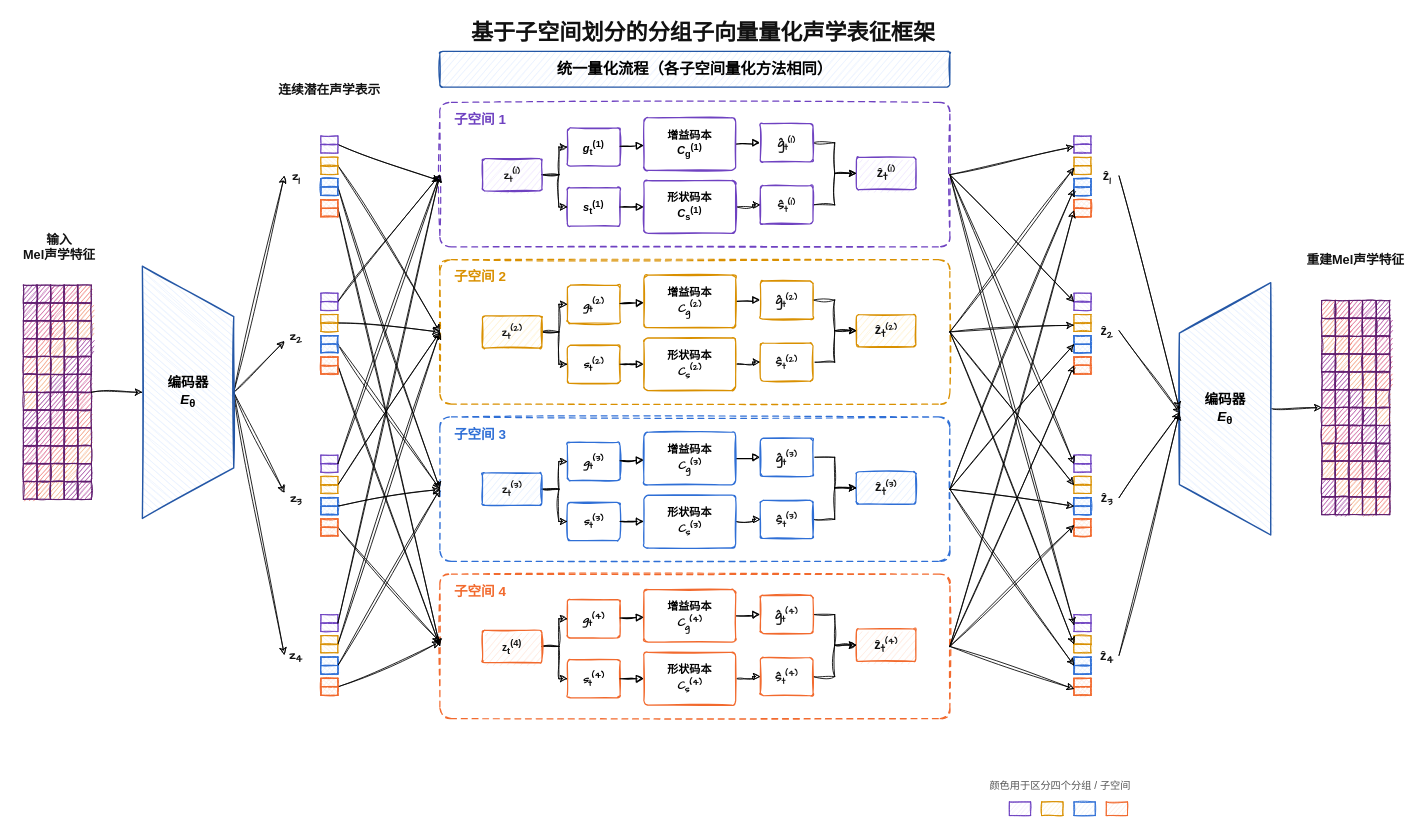
Above: 向量化.drawio in linslime/DrawIO (draw.io), before the change. Source tidied: cells renumbered, new cells numbered last; positions are measured from the earlier drawing's top-left corner, leaving out a move shared by most shapes. Both pictures are drawn from the tidied source at 85%, with x=0, y=0 at pixel (14, 14).
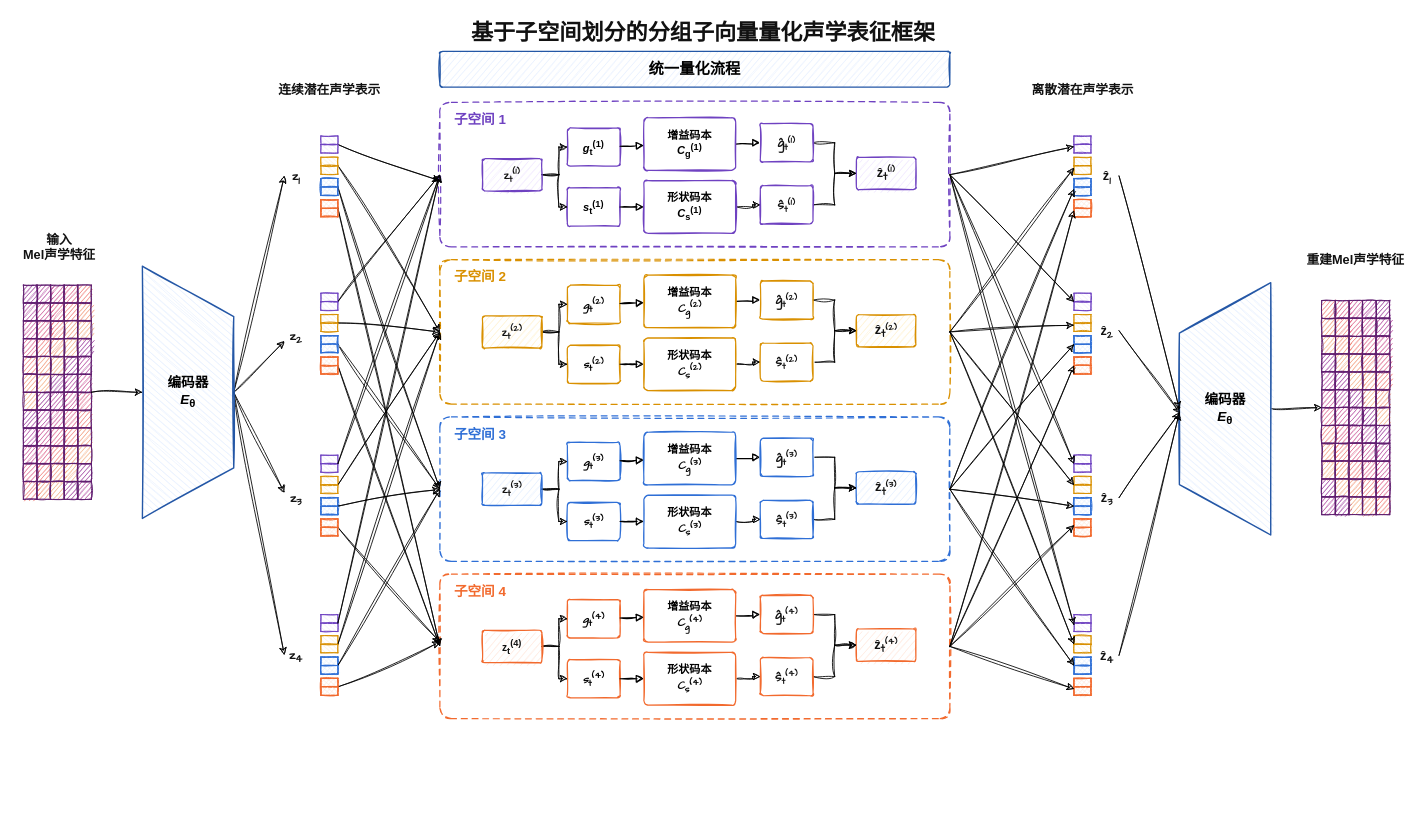
Above is the later version.

Commit message:
更新向量化.drawio

The edit, as a diff of the source:
```diff
@@
-    <mxCell id="25" value="统一量化流程（各子空间量化方法相同）" style="rounded=1;arcSize=8;whiteSpace=wrap;html=1;align=center;verticalAlign=middle;strokeColor=#2457A6;fillColor=#E7F0FF;strokeWidth=1.4;sketch=1;curveFitting=1;jiggle=1;fontFamily=Microsoft YaHei;fontSize=18;fontStyle=1;" parent="1" vertex="1">
+    <mxCell id="25" value="统一量化流程" style="rounded=1;arcSize=8;whiteSpace=wrap;html=1;align=center;verticalAlign=middle;strokeColor=#2457A6;fillColor=#E7F0FF;strokeWidth=1.4;sketch=1;curveFitting=1;jiggle=1;fontFamily=Microsoft YaHei;fontSize=18;fontStyle=1;" parent="1" vertex="1">
       <mxGeometry x="500" y="43" width="600" height="42" as="geometry" />
     </mxCell>
@@
-    <mxCell id="60" value="颜色用于区分四个分组 / 子空间" style="text;html=1;strokeColor=none;fillColor=none;align=center;verticalAlign=middle;whiteSpace=wrap;overflow=hidden;fontFamily=Microsoft YaHei;fontSize=12;fontColor=#555555;align=center;" parent="1" vertex="1">
-      <mxGeometry x="1090" y="893" width="280" height="28" as="geometry" />
-    </mxCell>
-    <mxCell id="61" style="rounded=0;arcSize=0;whiteSpace=wrap;html=1;strokeColor=#6F42C1;fillColor=#F0E8FF;strokeWidth=1.1;sketch=1;curveFitting=1;jiggle=1;" parent="1" vertex="1">
-      <mxGeometry x="1170" y="926" width="25" height="16" as="geometry" />
-    </mxCell>
-    <mxCell id="62" style="rounded=0;arcSize=0;whiteSpace=wrap;html=1;strokeColor=#D99000;fillColor=#FFF2D0;strokeWidth=1.1;sketch=1;curveFitting=1;jiggle=1;" parent="1" vertex="1">
-      <mxGeometry x="1208" y="926" width="25" height="16" as="geometry" />
-    </mxCell>
-    <mxCell id="63" style="rounded=0;arcSize=0;whiteSpace=wrap;html=1;strokeColor=#2F6FD6;fillColor=#E6F0FF;strokeWidth=1.1;sketch=1;curveFitting=1;jiggle=1;" parent="1" vertex="1">
-      <mxGeometry x="1246" y="926" width="25" height="16" as="geometry" />
-    </mxCell>
-    <mxCell id="64" style="rounded=0;arcSize=0;whiteSpace=wrap;html=1;strokeColor=#F26A2E;fillColor=#FFE9DF;strokeWidth=1.1;sketch=1;curveFitting=1;jiggle=1;" parent="1" vertex="1">
-      <mxGeometry x="1284" y="926" width="25" height="16" as="geometry" />
-    </mxCell>
@@
+    <mxCell id="380" value="离散潜在声学表示" style="text;html=1;strokeColor=none;fillColor=none;align=center;verticalAlign=middle;whiteSpace=wrap;overflow=hidden;fontFamily=Microsoft YaHei;fontSize=15;fontColor=#111111;align=center;fontStyle=1;" parent="1" vertex="1">
+      <mxGeometry x="1178.5" y="58" width="155" height="60" as="geometry" />
+    </mxCell>
```
